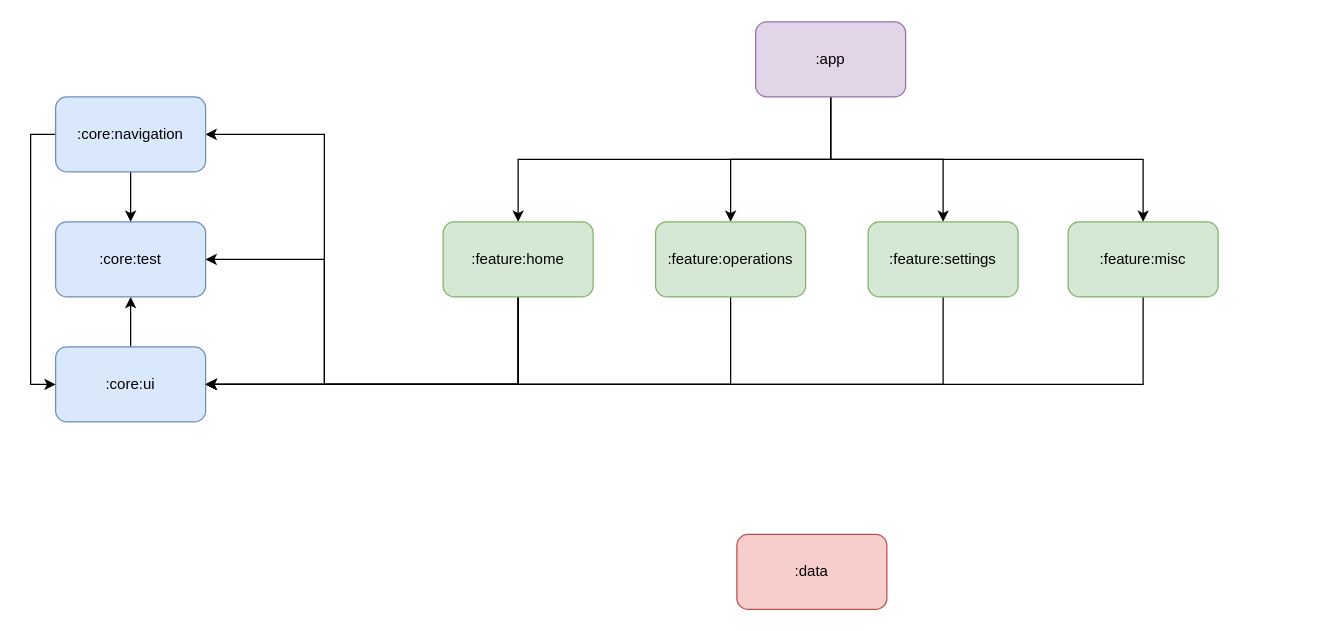
Above: docs/modules_dependency_map.drawio.xml in rbrthmn/comfin (draw.io), before the change. Source tidied: cells renumbered, new cells numbered last; positions are measured from the earlier drawing's top-left corner, leaving out a move shared by most shapes. Both pictures are drawn from the tidied source at 125%, with x=0, y=0 at pixel (30, 21).
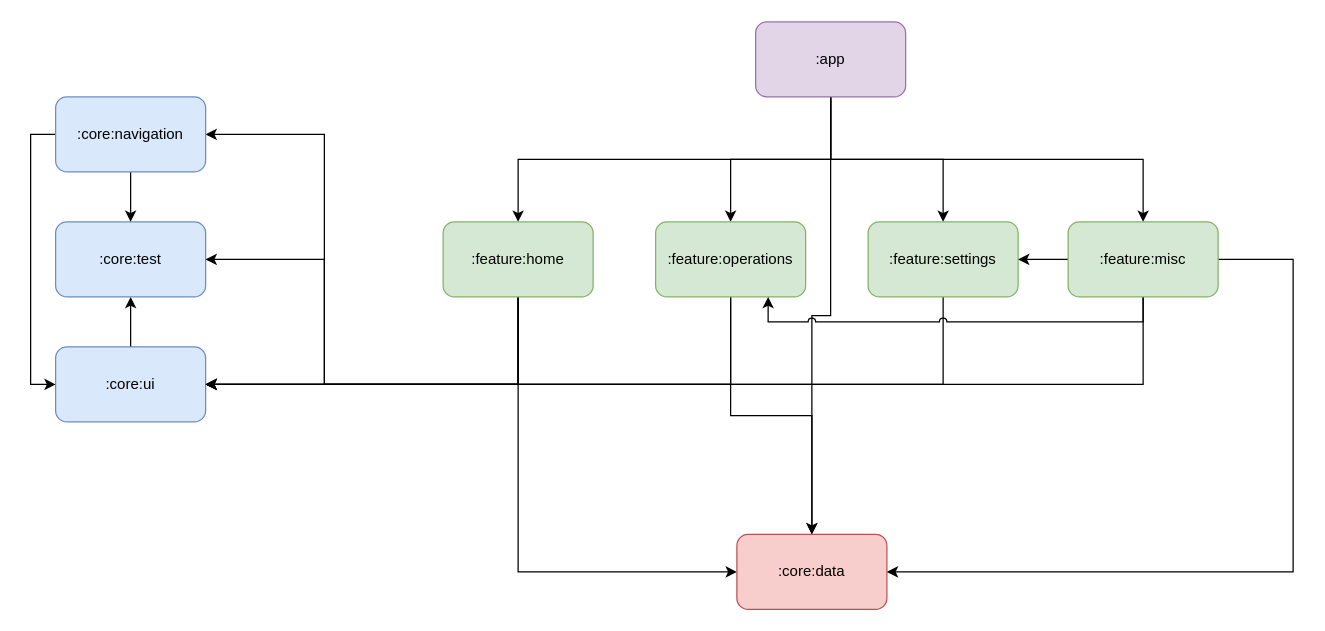
Above is the later version.

Unchanged cells that the change refers to:
```xml
<mxCell id="6" value=":app" style="rounded=1;whiteSpace=wrap;html=1;fillColor=#e1d5e7;strokeColor=#9673a6;" parent="1" vertex="1">
  <mxGeometry x="580" width="120" height="60" as="geometry" />
</mxCell>
<mxCell id="13" value=":feature:home" style="rounded=1;whiteSpace=wrap;html=1;fillColor=#d5e8d4;strokeColor=#82b366;" parent="1" vertex="1">
  <mxGeometry x="330" y="160" width="120" height="60" as="geometry" />
</mxCell>
<mxCell id="19" value=":feature:operations" style="rounded=1;whiteSpace=wrap;html=1;fillColor=#d5e8d4;strokeColor=#82b366;" parent="1" vertex="1">
  <mxGeometry x="500" y="160" width="120" height="60" as="geometry" />
</mxCell>
<mxCell id="21" value=":feature:settings" style="rounded=1;whiteSpace=wrap;html=1;fillColor=#d5e8d4;strokeColor=#82b366;" parent="1" vertex="1">
  <mxGeometry x="670" y="160" width="120" height="60" as="geometry" />
</mxCell>
<mxCell id="23" value=":feature:misc" style="rounded=1;whiteSpace=wrap;html=1;fillColor=#d5e8d4;strokeColor=#82b366;" parent="1" vertex="1">
  <mxGeometry x="830" y="160" width="120" height="60" as="geometry" />
</mxCell>
```

What changed in the source:
```diff
@@
+    <mxCell id="24" style="edgeStyle=orthogonalEdgeStyle;rounded=0;jettySize=auto;html=1;entryX=0.5;entryY=0;entryDx=0;entryDy=0;" parent="1" edge="1" source="6" target="14">
+      <mxGeometry relative="1" as="geometry" />
+    </mxCell>
@@
+    <mxCell id="25" style="edgeStyle=orthogonalEdgeStyle;rounded=0;jettySize=auto;html=1;entryX=0;entryY=0.5;entryDx=0;entryDy=0;" parent="1" edge="1" source="13" target="14">
+      <mxGeometry relative="1" as="geometry">
+        <Array as="points">
+          <mxPoint x="390" y="440" />
+        </Array>
+      </mxGeometry>
+    </mxCell>
@@
-    <mxCell id="14" value=":data" style="rounded=1;whiteSpace=wrap;html=1;fillColor=#f8cecc;strokeColor=#b85450;" parent="1" vertex="1">
+    <mxCell id="14" value=":core:data" style="rounded=1;whiteSpace=wrap;html=1;fillColor=#f8cecc;strokeColor=#b85450;" parent="1" vertex="1">
       <mxGeometry x="565" y="410" width="120" height="60" as="geometry" />
     </mxCell>
@@
+    <mxCell id="26" style="edgeStyle=orthogonalEdgeStyle;rounded=0;jettySize=auto;html=1;entryX=0.5;entryY=0;entryDx=0;entryDy=0;" parent="1" edge="1" source="19" target="14">
+      <mxGeometry relative="1" as="geometry" />
+    </mxCell>
@@
+    <mxCell id="27" style="edgeStyle=orthogonalEdgeStyle;rounded=0;jettySize=auto;html=1;entryX=1;entryY=0.5;entryDx=0;entryDy=0;" parent="1" edge="1" source="23" target="21">
+      <mxGeometry relative="1" as="geometry" />
+    </mxCell>
+    <mxCell id="28" style="edgeStyle=orthogonalEdgeStyle;rounded=0;jettySize=auto;html=1;entryX=0.75;entryY=1;entryDx=0;entryDy=0;jumpStyle=arc;" parent="1" edge="1" source="23" target="19">
+      <mxGeometry relative="1" as="geometry">
+        <Array as="points">
+          <mxPoint x="890" y="240" />
+          <mxPoint x="590" y="240" />
+        </Array>
+      </mxGeometry>
+    </mxCell>
+    <mxCell id="29" style="edgeStyle=orthogonalEdgeStyle;rounded=0;jettySize=auto;html=1;entryX=1;entryY=0.5;entryDx=0;entryDy=0;" parent="1" edge="1" source="23" target="14">
+      <mxGeometry relative="1" as="geometry">
+        <Array as="points">
+          <mxPoint x="1010" y="440" />
+        </Array>
+      </mxGeometry>
+    </mxCell>
```
